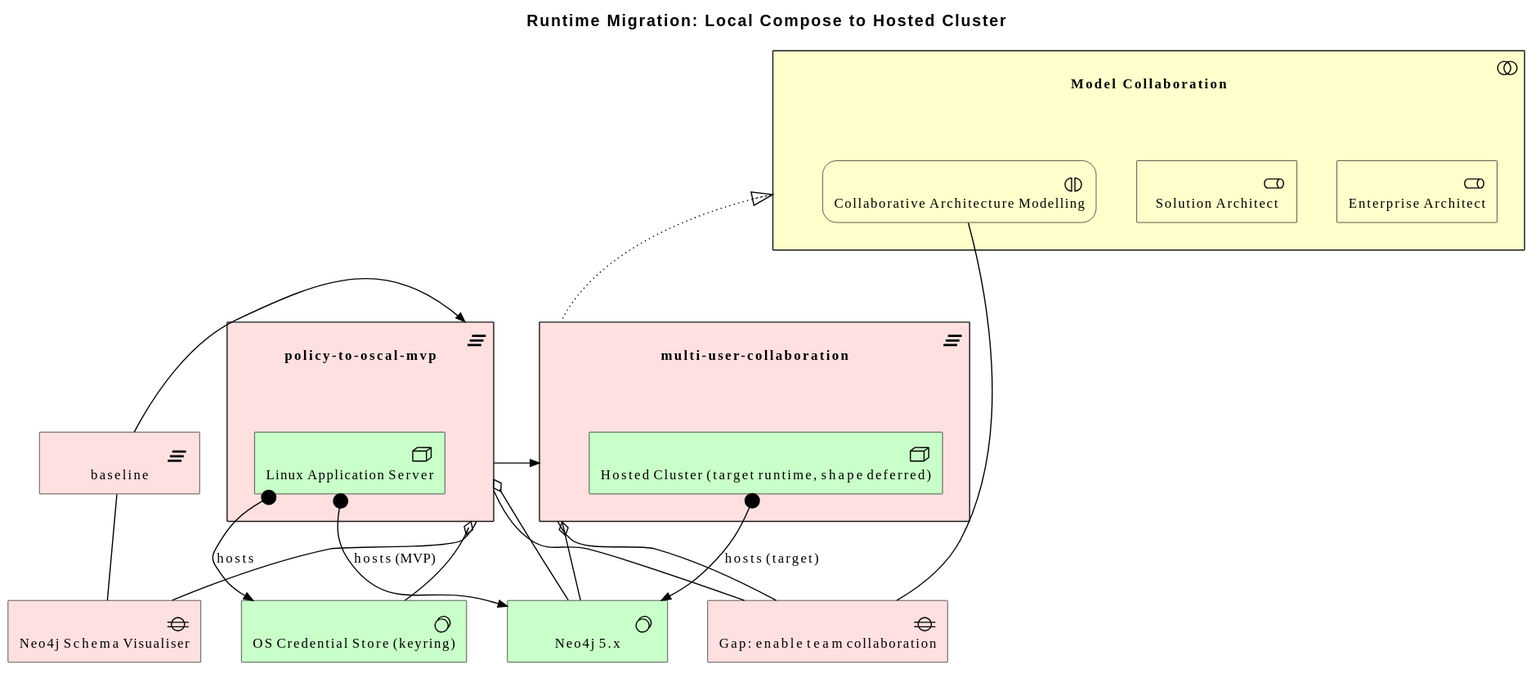
Before: architecture/model/diagrams/migration/runtime.svg, a diagram exported from PlantUML (wolffy-au/frictionless-architect).
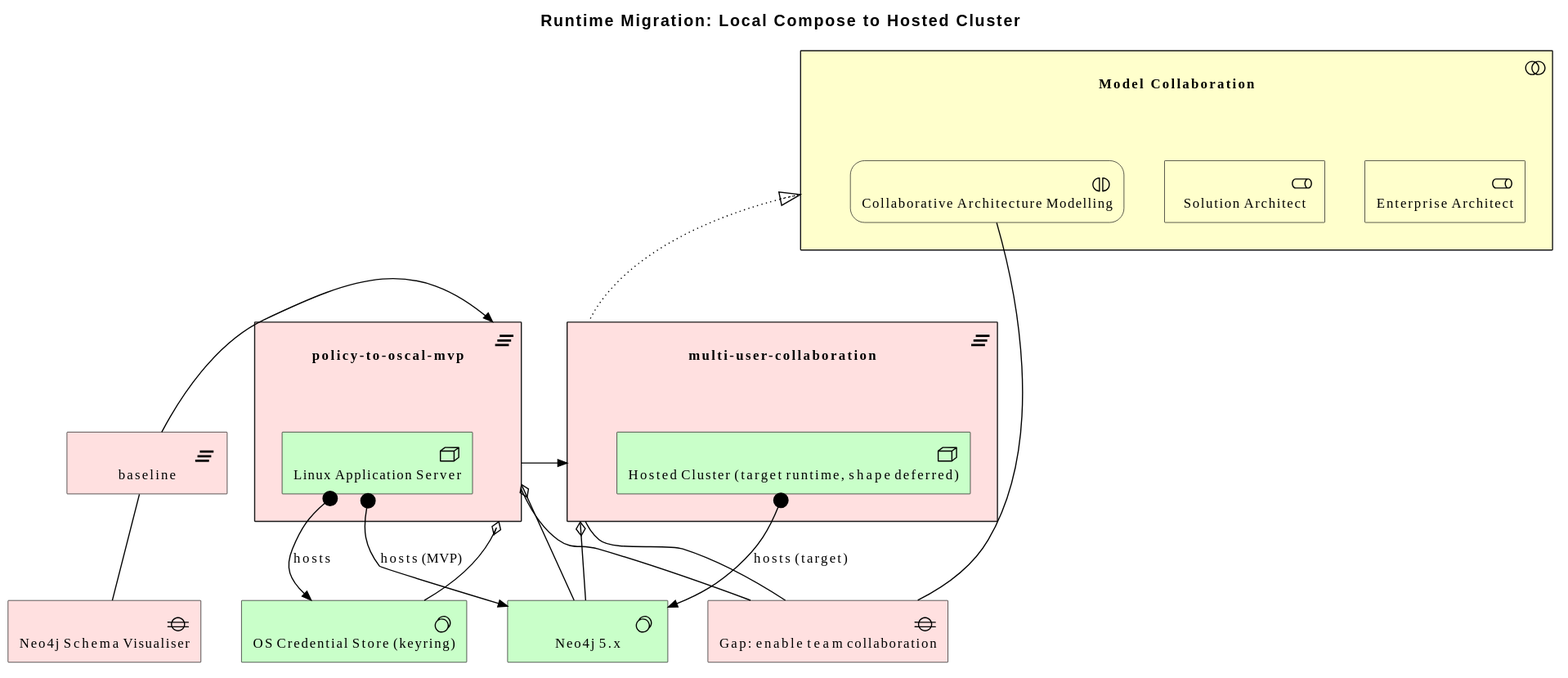
Above is the later version.

Commit message:
feat(model): wire neo4j schema gap to architecture-strategy-mvp

Change to the diagram source:
```diff
@@ -29,7 +29,6 @@
 Rel_Triggering_Right(e_id4accde76fa5858, e_idb94c55ad2a0756, "")
 Rel_Triggering_Right(e_idb94c55ad2a0756, e_id5024d2087dac51, "")
 Rel_Association(e_id4accde76fa5858, e_id957bea8a8f2755, "")
-Rel_Association(e_idb94c55ad2a0756, e_id957bea8a8f2755, "")
 Rel_Association(e_idb94c55ad2a0756, e_idd9da54d5550b52, "")
 Rel_Association(e_id5024d2087dac51, e_idd9da54d5550b52, "")
 Rel_Realization_Up(e_id5024d2087dac51, e_id2aa180bf48e258, "")
```
